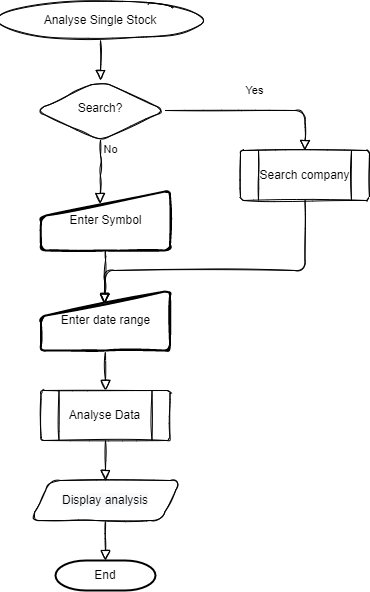
Earlier version of the draw.io export design/img/analastock-analyse-1-stock.drawio.png (ibuttimer/analastock). Source tidied: cells renumbered, new cells last; positions are measured from the earlier drawing's top-left corner, leaving out a move shared by most shapes.
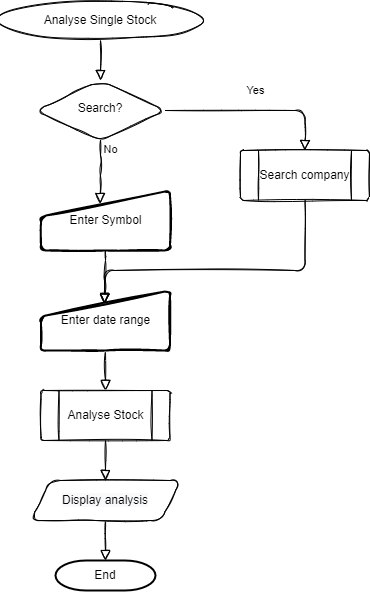
After the commit.

The edit, as a diff of the source:
```diff
@@ -20,7 +20,7 @@
     <mxCell id="7" style="edgeStyle=orthogonalEdgeStyle;rounded=1;sketch=1;jettySize=auto;html=1;endArrow=block;endFill=0;endSize=8;" parent="1" edge="1" source="8" target="5">
       <mxGeometry relative="1" as="geometry" />
     </mxCell>
-    <mxCell id="8" value="Analyse Data" style="verticalLabelPosition=middle;verticalAlign=middle;html=1;shape=process;whiteSpace=wrap;rounded=1;size=0.14;arcSize=6;sketch=1;labelPosition=center;align=center;" parent="1" vertex="1">
+    <mxCell id="8" value="Analyse Stock" style="verticalLabelPosition=middle;verticalAlign=middle;html=1;shape=process;whiteSpace=wrap;rounded=1;size=0.14;arcSize=6;sketch=1;labelPosition=center;align=center;" parent="1" vertex="1">
       <mxGeometry x="40.5" y="390" width="129" height="50" as="geometry" />
     </mxCell>
     <mxCell id="9" style="edgeStyle=orthogonalEdgeStyle;rounded=1;sketch=1;jettySize=auto;html=1;endArrow=block;endFill=0;endSize=8;" parent="1" edge="1" source="10" target="8">
```
